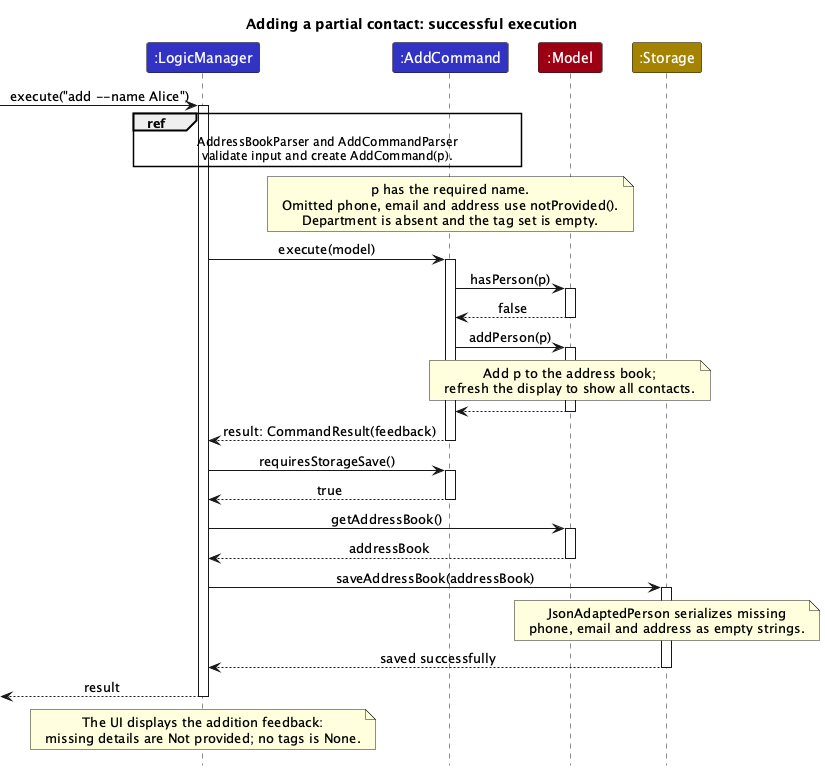
The PlantUML diagram docs/images/AddPartialContactSequenceDiagram.png in AY2627S1-CS2103T-W10-1/tp, before a commit. Source of this version:
```plantuml
@startuml
!include style.puml
skinparam ArrowFontStyle plain
title Adding a partial contact: successful execution

participant ":LogicManager" as LogicManager LOGIC_COLOR
participant ":AddCommand" as AddCommand LOGIC_COLOR
participant ":Model" as Model MODEL_COLOR
participant ":Storage" as Storage STORAGE_COLOR

[-> LogicManager : execute("add --name Alice")
activate LogicManager
ref over LogicManager, AddCommand
AddressBookParser and AddCommandParser
validate input and create AddCommand(p).
end ref
note over AddCommand
p has the required name.
Omitted phone, email and address use notProvided().
Department is absent and the tag set is empty.
end note

LogicManager -> AddCommand : execute(model)
activate AddCommand
AddCommand -> Model : hasPerson(p)
activate Model
Model --> AddCommand : false
deactivate Model
AddCommand -> Model : addPerson(p)
activate Model
note over Model
Add p to the address book;
refresh the display to show all contacts.
end note
Model --> AddCommand
deactivate Model
AddCommand --> LogicManager : result: CommandResult(feedback)
deactivate AddCommand

LogicManager -> AddCommand : requiresStorageSave()
activate AddCommand
AddCommand --> LogicManager : true
deactivate AddCommand
LogicManager -> Model : getAddressBook()
activate Model
Model --> LogicManager : addressBook
deactivate Model
LogicManager -> Storage : saveAddressBook(addressBook)
activate Storage
note over Storage
JsonAdaptedPerson serializes missing
phone, email and address as empty strings.
end note
Storage --> LogicManager : saved successfully
deactivate Storage
[<-- LogicManager : result
deactivate LogicManager

note over LogicManager
The UI displays the addition feedback:
missing details are Not provided; no tags is None.
end note
@enduml
```
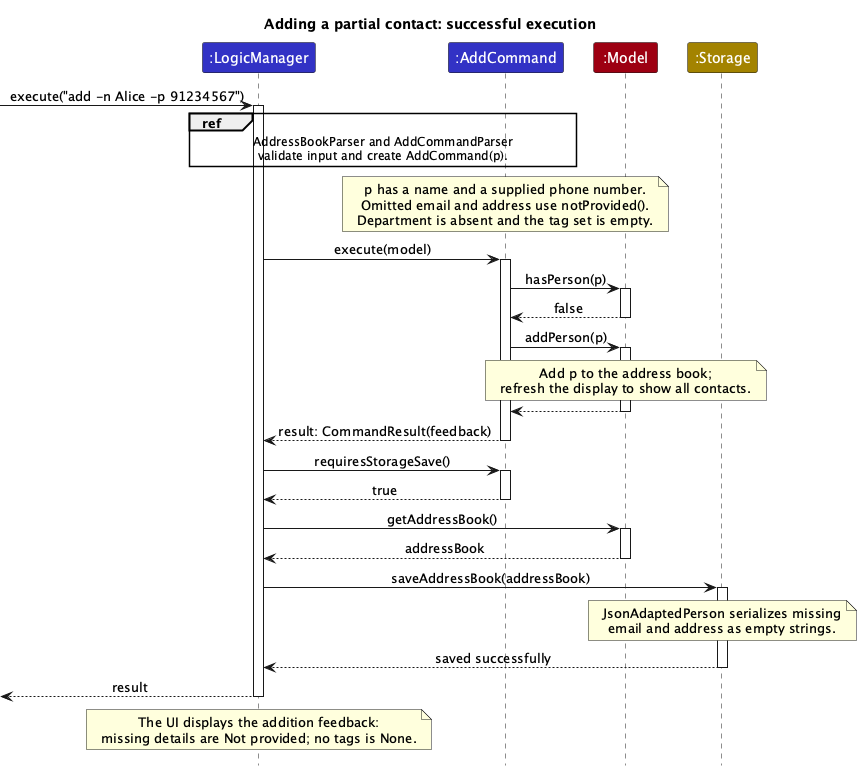
The same file after the commit.

Commit message:
Use a phone-provided partial contact in the add UML example

Change to the diagram source:
```diff
@@ -8,15 +8,15 @@
 participant ":Model" as Model MODEL_COLOR
 participant ":Storage" as Storage STORAGE_COLOR
 
-[-> LogicManager : execute("add --name Alice")
+[-> LogicManager : execute("add -n Alice -p 91234567")
 activate LogicManager
 ref over LogicManager, AddCommand
 AddressBookParser and AddCommandParser
 validate input and create AddCommand(p).
 end ref
 note over AddCommand
-p has the required name.
-Omitted phone, email and address use notProvided().
+p has a name and a supplied phone number.
+Omitted email and address use notProvided().
 Department is absent and the tag set is empty.
 end note
 
@@ -49,7 +49,7 @@
 activate Storage
 note over Storage
 JsonAdaptedPerson serializes missing
-phone, email and address as empty strings.
+email and address as empty strings.
 end note
 Storage --> LogicManager : saved successfully
 deactivate Storage
```
